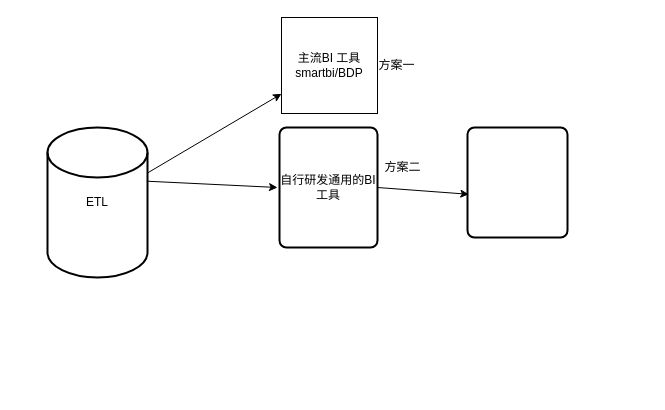
The draw.io diagram Untitled Diagram.drawio in jiangyuanyuan1/invention, before the edit. Source tidied: cells renumbered, new cells numbered last; positions are measured from the earlier drawing's top-left corner, leaving out a move shared by most shapes. Both pictures are drawn from the tidied source at 100%, with x=0, y=0 at pixel (47, 17).
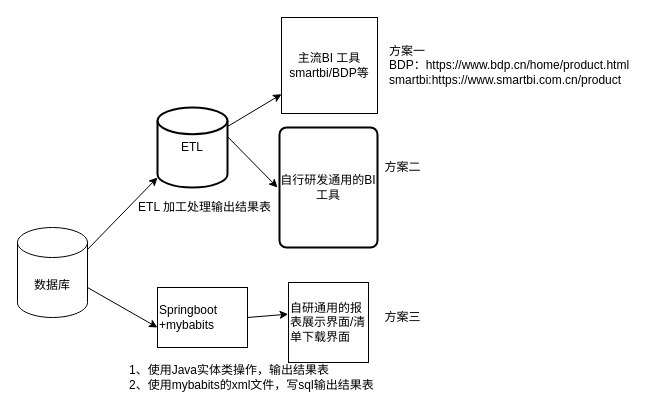
Above is the later version.

Unchanged cells that the change refers to:
```xml
<mxCell id="5" value="自行研发通用的BI工具" style="rounded=1;whiteSpace=wrap;html=1;absoluteArcSize=1;arcSize=14;strokeWidth=2;" parent="1" vertex="1">
  <mxGeometry x="232" y="110" width="98" height="120" as="geometry" />
</mxCell>
```

Change to the diagram source:
```diff
@@
     <mxCell id="2" value="ETL" style="strokeWidth=2;html=1;shape=mxgraph.flowchart.database;whiteSpace=wrap;" parent="1" vertex="1">
-      <mxGeometry y="110" width="100" height="150" as="geometry" />
+      <mxGeometry x="110" y="90" width="70" height="80" as="geometry" />
     </mxCell>
@@
-    <mxCell id="4" value="主流BI 工具&lt;br&gt;smartbi/BDP" style="whiteSpace=wrap;html=1;" parent="1" vertex="1">
+    <mxCell id="4" value="主流BI 工具&lt;br&gt;smartbi/BDP等" style="whiteSpace=wrap;html=1;" parent="1" vertex="1">
       <mxGeometry x="234" width="96" height="96" as="geometry" />
     </mxCell>
@@
-    <mxCell id="6" style="rounded=1;whiteSpace=wrap;html=1;absoluteArcSize=1;arcSize=14;strokeWidth=2;" parent="1" vertex="1">
-      <mxGeometry x="420" y="110" width="100" height="110" as="geometry" />
-    </mxCell>
@@
-    <mxCell id="8" style="endArrow=classic;html=1;exitX=1;exitY=0.5;exitDx=0;exitDy=0;entryX=0.013;entryY=0.607;entryDx=0;entryDy=0;entryPerimeter=0;" parent="1" edge="1" source="5" target="6">
-      <mxGeometry relative="1" as="geometry" />
-    </mxCell>
@@
-    <mxCell id="10" value="方案一" style="text;html=1;align=center;verticalAlign=middle;strokeColor=none;" parent="1" vertex="1">
-      <mxGeometry x="324" y="38" width="50" height="20" as="geometry" />
+    <mxCell id="10" value="方案一&lt;br&gt;BDP：https://www.bdp.cn/home/product.html&lt;br&gt;smartbi:https://www.smartbi.com.cn/product" style="text;html=1;align=left;verticalAlign=middle;strokeColor=none;" parent="1" vertex="1">
+      <mxGeometry x="340" y="23" width="260" height="50" as="geometry" />
     </mxCell>
@@
+    <mxCell id="12" value="数据库" style="shape=cylinder3;whiteSpace=wrap;html=1;boundedLbl=1;backgroundOutline=1;size=15;" parent="1" vertex="1">
+      <mxGeometry x="-30" y="210" width="70" height="90" as="geometry" />
+    </mxCell>
+    <mxCell id="13" style="endArrow=classic;html=1;exitX=1;exitY=0.244;exitDx=0;exitDy=0;exitPerimeter=0;" parent="1" edge="1" source="12">
+      <mxGeometry relative="1" as="geometry">
+        <mxPoint x="110" y="160" as="targetPoint" />
+      </mxGeometry>
+    </mxCell>
+    <mxCell id="14" value="ETL 加工处理输出结果表" style="text;html=1;align=center;verticalAlign=middle;strokeColor=none;" parent="1" vertex="1">
+      <mxGeometry x="82" y="180" width="150" height="20" as="geometry" />
+    </mxCell>
+    <mxCell id="15" value="Springboot&lt;br&gt;+mybabits" style="rounded=0;whiteSpace=wrap;html=1;align=left;" parent="1" vertex="1">
+      <mxGeometry x="110" y="270" width="90" height="60" as="geometry" />
+    </mxCell>
+    <mxCell id="16" style="endArrow=classic;html=1;exitX=1;exitY=0;exitDx=0;exitDy=60;exitPerimeter=0;" parent="1" edge="1" source="12">
+      <mxGeometry relative="1" as="geometry">
+        <mxPoint x="110" y="310" as="targetPoint" />
+      </mxGeometry>
+    </mxCell>
+    <mxCell id="17" value="自研通用的报表展示界面/清单下载界面" style="whiteSpace=wrap;html=1;align=left;" parent="1" vertex="1">
+      <mxGeometry x="241" y="265" width="80" height="80" as="geometry" />
+    </mxCell>
+    <mxCell id="18" value="方案三" style="text;html=1;align=center;verticalAlign=middle;strokeColor=none;" parent="1" vertex="1">
+      <mxGeometry x="330" y="290" width="50" height="20" as="geometry" />
+    </mxCell>
+    <mxCell id="19" style="endArrow=classic;html=1;entryX=-0.004;entryY=0.396;entryDx=0;entryDy=0;entryPerimeter=0;" parent="1" edge="1" target="17">
+      <mxGeometry relative="1" as="geometry">
+        <mxPoint x="200" y="300" as="sourcePoint" />
+      </mxGeometry>
+    </mxCell>
+    <mxCell id="20" value="1、使用Java实体类操作，输出结果表&lt;br&gt;2、使用mybabits的xml文件，写sql输出结果表" style="text;html=1;align=left;verticalAlign=middle;strokeColor=none;" parent="1" vertex="1">
+      <mxGeometry x="80" y="345" width="260" height="30" as="geometry" />
+    </mxCell>
```
